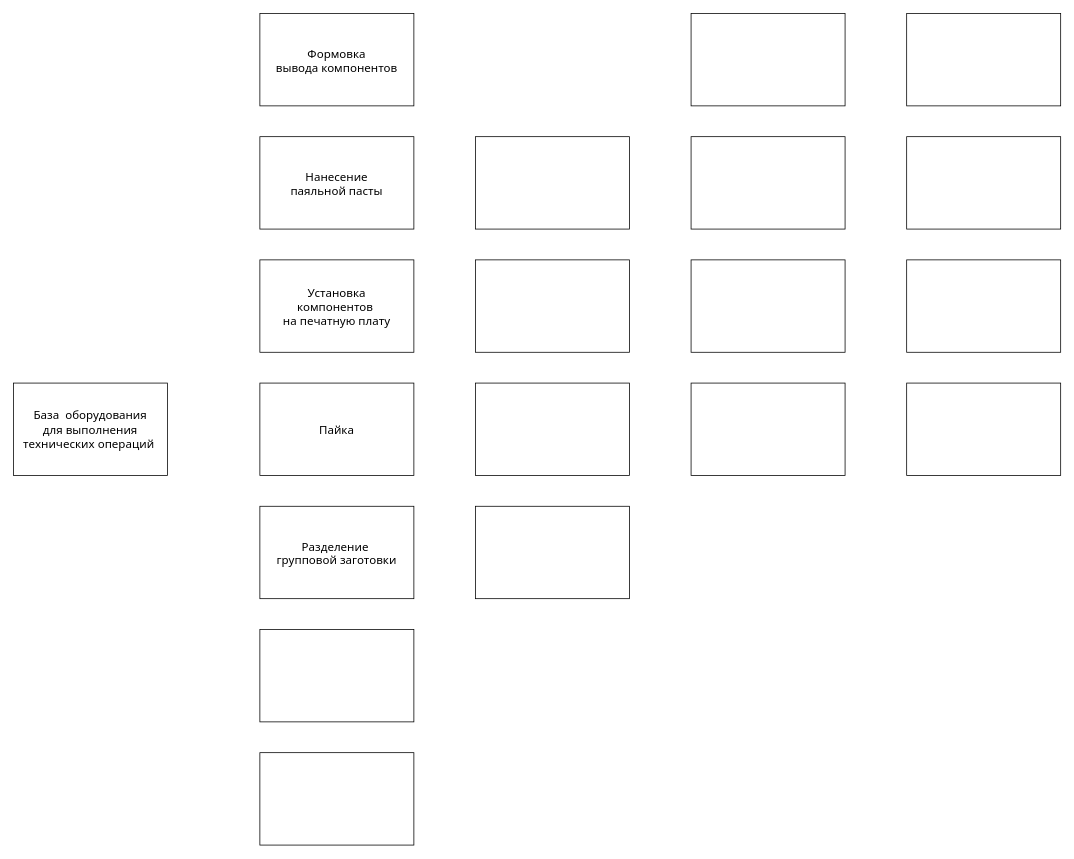
Above: Unititle 1.drawio in khanhbg339/Myproject (draw.io), before the change. Source tidied: cells renumbered, new cells numbered last; positions are measured from the earlier drawing's top-left corner, leaving out a move shared by most shapes. Both pictures are drawn from the tidied source at 77%, with x=0, y=0 at pixel (13, 13). Pictures stored in the file or linked from it are replaced by grey dashed boxes.
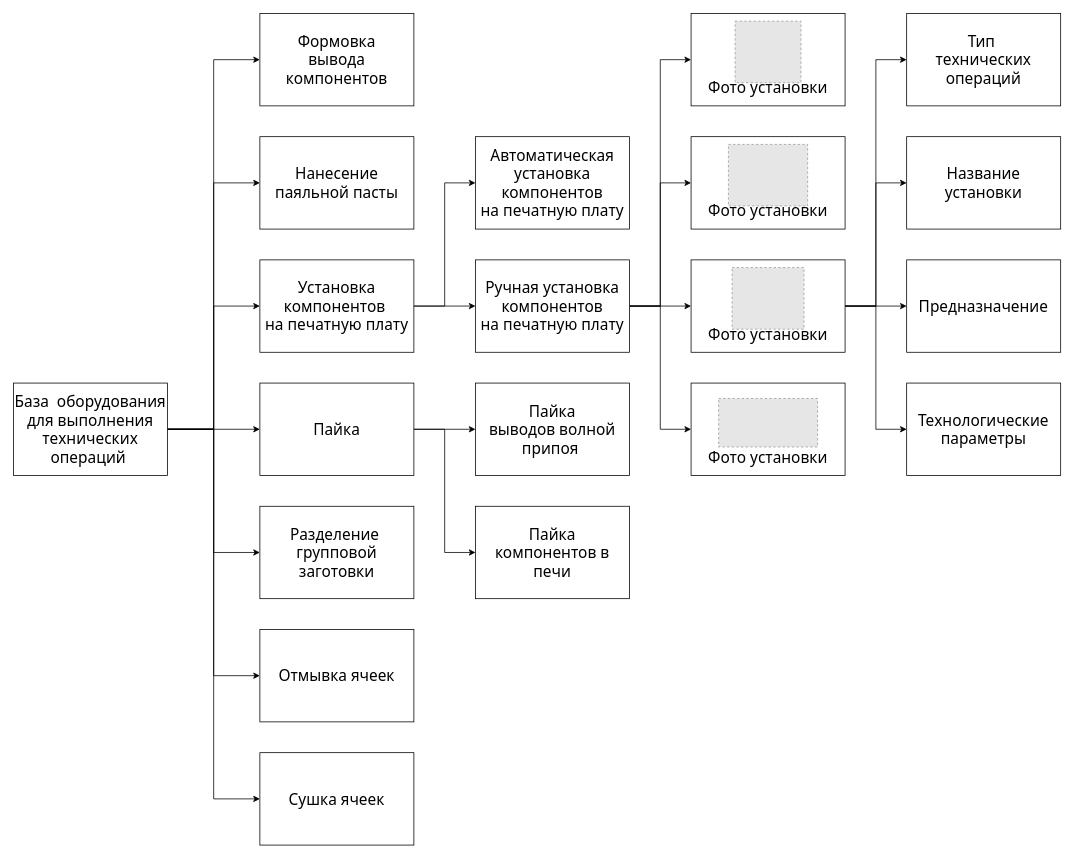
After the change.

Change to the diagram source:
```diff
@@
+    <mxCell id="22" style="edgeStyle=orthogonalEdgeStyle;rounded=0;jettySize=auto;html=1;entryX=0;entryY=0.5;entryDx=0;entryDy=0;" parent="1" edge="1" source="2" target="6">
+      <mxGeometry relative="1" as="geometry" />
+    </mxCell>
+    <mxCell id="23" style="edgeStyle=orthogonalEdgeStyle;rounded=0;jettySize=auto;html=1;exitX=1;exitY=0.5;exitDx=0;exitDy=0;entryX=0;entryY=0.5;entryDx=0;entryDy=0;" parent="1" edge="1" source="2" target="5">
+      <mxGeometry relative="1" as="geometry" />
+    </mxCell>
+    <mxCell id="24" style="edgeStyle=orthogonalEdgeStyle;rounded=0;jettySize=auto;html=1;exitX=1;exitY=0.5;exitDx=0;exitDy=0;entryX=0;entryY=0.5;entryDx=0;entryDy=0;" parent="1" edge="1" source="2" target="3">
+      <mxGeometry relative="1" as="geometry" />
+    </mxCell>
+    <mxCell id="25" style="edgeStyle=orthogonalEdgeStyle;rounded=0;jettySize=auto;html=1;exitX=1;exitY=0.5;exitDx=0;exitDy=0;entryX=0;entryY=0.5;entryDx=0;entryDy=0;" parent="1" edge="1" source="2" target="7">
+      <mxGeometry relative="1" as="geometry" />
+    </mxCell>
+    <mxCell id="26" style="edgeStyle=orthogonalEdgeStyle;rounded=0;jettySize=auto;html=1;entryX=0;entryY=0.5;entryDx=0;entryDy=0;" parent="1" edge="1" source="2" target="8">
+      <mxGeometry relative="1" as="geometry" />
+    </mxCell>
+    <mxCell id="27" style="edgeStyle=orthogonalEdgeStyle;rounded=0;jettySize=auto;html=1;entryX=0;entryY=0.5;entryDx=0;entryDy=0;" parent="1" edge="1" source="2" target="9">
+      <mxGeometry relative="1" as="geometry" />
+    </mxCell>
+    <mxCell id="28" style="edgeStyle=orthogonalEdgeStyle;rounded=0;jettySize=auto;html=1;exitX=1;exitY=0.5;exitDx=0;exitDy=0;entryX=0;entryY=0.5;entryDx=0;entryDy=0;" parent="1" edge="1" source="2" target="4">
+      <mxGeometry relative="1" as="geometry" />
+    </mxCell>
-    <mxCell id="2" value="&lt;font face=&quot;Tahoma&quot;&gt;База&amp;nbsp; оборудования &lt;br&gt;для выполнения технических операций&amp;nbsp;&lt;/font&gt;" style="rounded=0;whiteSpace=wrap;html=1;fontSize=15;" parent="1" vertex="1">
+    <mxCell id="2" value="&lt;font face=&quot;Tahoma&quot; style=&quot;font-size: 20px;&quot;&gt;База&amp;nbsp; оборудования &lt;br style=&quot;font-size: 20px;&quot;&gt;для выполнения технических операций&amp;nbsp;&lt;/font&gt;" style="rounded=0;whiteSpace=wrap;html=1;fontSize=20;" parent="1" vertex="1">
       <mxGeometry y="480" width="200" height="120" as="geometry" />
     </mxCell>
-    <mxCell id="3" value="Нанесение &lt;br&gt;паяльной пасты" style="rounded=0;whiteSpace=wrap;html=1;fontFamily=Tahoma;fontSize=15;" parent="1" vertex="1">
+    <mxCell id="3" value="Нанесение &lt;br style=&quot;font-size: 20px;&quot;&gt;паяльной пасты" style="rounded=0;whiteSpace=wrap;html=1;fontFamily=Tahoma;fontSize=20;" parent="1" vertex="1">
       <mxGeometry x="320" y="160" width="200" height="120" as="geometry" />
     </mxCell>
+    <mxCell id="29" style="edgeStyle=orthogonalEdgeStyle;rounded=0;jettySize=auto;html=1;exitX=1;exitY=0.5;exitDx=0;exitDy=0;entryX=0;entryY=0.5;entryDx=0;entryDy=0;" parent="1" edge="1" source="4" target="11">
+      <mxGeometry relative="1" as="geometry" />
+    </mxCell>
+    <mxCell id="30" style="edgeStyle=orthogonalEdgeStyle;rounded=0;jettySize=auto;html=1;exitX=1;exitY=0.5;exitDx=0;exitDy=0;entryX=0;entryY=0.5;entryDx=0;entryDy=0;" parent="1" edge="1" source="4" target="10">
+      <mxGeometry relative="1" as="geometry" />
+    </mxCell>
-    <mxCell id="4" value="Установка &lt;br&gt;компонентов&amp;nbsp;&lt;br&gt;на печатную плату" style="rounded=0;whiteSpace=wrap;html=1;fontFamily=Tahoma;fontSize=15;" parent="1" vertex="1">
+    <mxCell id="4" value="Установка &lt;br style=&quot;font-size: 20px;&quot;&gt;компонентов&amp;nbsp;&lt;br style=&quot;font-size: 20px;&quot;&gt;на печатную плату" style="rounded=0;whiteSpace=wrap;html=1;fontFamily=Tahoma;fontSize=20;" parent="1" vertex="1">
       <mxGeometry x="320" y="320" width="200" height="120" as="geometry" />
     </mxCell>
-    <mxCell id="5" value="Формовка &lt;br&gt;вывода компонентов" style="rounded=0;whiteSpace=wrap;html=1;fontFamily=Tahoma;fontSize=15;" parent="1" vertex="1">
+    <mxCell id="5" value="Формовка &lt;br style=&quot;font-size: 20px;&quot;&gt;вывода &lt;br&gt;компонентов" style="rounded=0;whiteSpace=wrap;html=1;fontFamily=Tahoma;fontSize=20;" parent="1" vertex="1">
       <mxGeometry x="320" width="200" height="120" as="geometry" />
     </mxCell>
+    <mxCell id="31" style="edgeStyle=orthogonalEdgeStyle;rounded=0;jettySize=auto;html=1;entryX=0;entryY=0.5;entryDx=0;entryDy=0;" parent="1" edge="1" source="6" target="12">
+      <mxGeometry relative="1" as="geometry" />
+    </mxCell>
+    <mxCell id="32" style="edgeStyle=orthogonalEdgeStyle;rounded=0;jettySize=auto;html=1;exitX=1;exitY=0.5;exitDx=0;exitDy=0;entryX=0;entryY=0.5;entryDx=0;entryDy=0;" parent="1" edge="1" source="6" target="13">
+      <mxGeometry relative="1" as="geometry" />
+    </mxCell>
-    <mxCell id="6" value="Пайка" style="rounded=0;whiteSpace=wrap;html=1;fontFamily=Tahoma;fontSize=15;" parent="1" vertex="1">
+    <mxCell id="6" value="Пайка" style="rounded=0;whiteSpace=wrap;html=1;fontFamily=Tahoma;fontSize=20;" parent="1" vertex="1">
       <mxGeometry x="320" y="480" width="200" height="120" as="geometry" />
     </mxCell>
-    <mxCell id="7" value="Разделение&amp;nbsp;&lt;br&gt;групповой заготовки" style="rounded=0;whiteSpace=wrap;html=1;fontFamily=Tahoma;fontSize=15;" parent="1" vertex="1">
+    <mxCell id="7" value="Разделение&amp;nbsp;&lt;br style=&quot;font-size: 20px;&quot;&gt;групповой &lt;br&gt;заготовки" style="rounded=0;whiteSpace=wrap;html=1;fontFamily=Tahoma;fontSize=20;" parent="1" vertex="1">
       <mxGeometry x="320" y="640" width="200" height="120" as="geometry" />
     </mxCell>
-    <mxCell id="8" style="rounded=0;whiteSpace=wrap;html=1;fontFamily=Tahoma;fontSize=15;" parent="1" vertex="1">
+    <mxCell id="8" value="Отмывка ячеек" style="rounded=0;whiteSpace=wrap;html=1;fontFamily=Tahoma;fontSize=20;" parent="1" vertex="1">
       <mxGeometry x="320" y="800" width="200" height="120" as="geometry" />
     </mxCell>
-    <mxCell id="9" style="rounded=0;whiteSpace=wrap;html=1;fontFamily=Tahoma;fontSize=15;" parent="1" vertex="1">
+    <mxCell id="9" value="Сушка ячеек" style="rounded=0;whiteSpace=wrap;html=1;fontFamily=Tahoma;fontSize=20;" parent="1" vertex="1">
       <mxGeometry x="320" y="960" width="200" height="120" as="geometry" />
     </mxCell>
-    <mxCell id="10" style="rounded=0;whiteSpace=wrap;html=1;fontFamily=Tahoma;fontSize=15;" parent="1" vertex="1">
+    <mxCell id="10" value="Автоматическая установка&lt;br style=&quot;font-size: 20px;&quot;&gt;компонентов&lt;br style=&quot;font-size: 20px;&quot;&gt;на печатную плату" style="rounded=0;whiteSpace=wrap;html=1;fontFamily=Tahoma;fontSize=20;" parent="1" vertex="1">
       <mxGeometry x="600" y="160" width="200" height="120" as="geometry" />
     </mxCell>
+    <mxCell id="33" style="edgeStyle=orthogonalEdgeStyle;rounded=0;jettySize=auto;html=1;exitX=1;exitY=0.5;exitDx=0;exitDy=0;entryX=0;entryY=0.5;entryDx=0;entryDy=0;" parent="1" edge="1" source="11" target="43">
+      <mxGeometry relative="1" as="geometry" />
+    </mxCell>
+    <mxCell id="34" style="edgeStyle=orthogonalEdgeStyle;rounded=0;jettySize=auto;html=1;exitX=1;exitY=0.5;exitDx=0;exitDy=0;entryX=0;entryY=0.5;entryDx=0;entryDy=0;" parent="1" edge="1" source="11" target="14">
+      <mxGeometry relative="1" as="geometry" />
+    </mxCell>
+    <mxCell id="35" style="edgeStyle=orthogonalEdgeStyle;rounded=0;jettySize=auto;html=1;entryX=0;entryY=0.5;entryDx=0;entryDy=0;" parent="1" edge="1" source="11" target="44">
+      <mxGeometry relative="1" as="geometry" />
+    </mxCell>
+    <mxCell id="36" style="edgeStyle=orthogonalEdgeStyle;rounded=0;jettySize=auto;html=1;exitX=1;exitY=0.5;exitDx=0;exitDy=0;entryX=0;entryY=0.5;entryDx=0;entryDy=0;" parent="1" edge="1" source="11" target="38">
+      <mxGeometry relative="1" as="geometry" />
+    </mxCell>
-    <mxCell id="11" style="rounded=0;whiteSpace=wrap;html=1;fontFamily=Tahoma;fontSize=15;" parent="1" vertex="1">
+    <mxCell id="11" value="Ручная установка&lt;br style=&quot;font-size: 20px;&quot;&gt;компонентов&lt;br style=&quot;font-size: 20px;&quot;&gt;на печатную плату" style="rounded=0;whiteSpace=wrap;html=1;fontFamily=Tahoma;fontSize=20;" parent="1" vertex="1">
       <mxGeometry x="600" y="320" width="200" height="120" as="geometry" />
     </mxCell>
-    <mxCell id="12" style="rounded=0;whiteSpace=wrap;html=1;fontFamily=Tahoma;fontSize=15;" parent="1" vertex="1">
+    <mxCell id="12" value="Пайка&lt;br style=&quot;font-size: 20px;&quot;&gt;выводов волной припоя&amp;nbsp;" style="rounded=0;whiteSpace=wrap;html=1;fontFamily=Tahoma;fontSize=20;" parent="1" vertex="1">
       <mxGeometry x="600" y="480" width="200" height="120" as="geometry" />
     </mxCell>
-    <mxCell id="13" style="rounded=0;whiteSpace=wrap;html=1;fontFamily=Tahoma;fontSize=15;" parent="1" vertex="1">
+    <mxCell id="13" value="Пайка&lt;br style=&quot;font-size: 20px;&quot;&gt;компонентов в печи" style="rounded=0;whiteSpace=wrap;html=1;fontFamily=Tahoma;fontSize=20;" parent="1" vertex="1">
       <mxGeometry x="600" y="640" width="200" height="120" as="geometry" />
     </mxCell>
-    <mxCell id="14" style="rounded=0;whiteSpace=wrap;html=1;fontFamily=Tahoma;fontSize=15;" parent="1" vertex="1">
+    <mxCell id="14" value="&lt;br style=&quot;font-size: 20px;&quot;&gt;&lt;br style=&quot;font-size: 20px;&quot;&gt;&lt;br style=&quot;font-size: 20px;&quot;&gt;Фото установки" style="rounded=0;whiteSpace=wrap;html=1;fontFamily=Tahoma;fontSize=20;" parent="1" vertex="1">
       <mxGeometry x="880" width="200" height="120" as="geometry" />
     </mxCell>
-    <mxCell id="15" style="rounded=0;whiteSpace=wrap;html=1;fontFamily=Tahoma;fontSize=15;" parent="1" vertex="1">
-      <mxGeometry x="880" y="160" width="200" height="120" as="geometry" />
-    </mxCell>
-    <mxCell id="16" style="rounded=0;whiteSpace=wrap;html=1;fontFamily=Tahoma;fontSize=15;" parent="1" vertex="1">
-      <mxGeometry x="880" y="320" width="200" height="120" as="geometry" />
-    </mxCell>
-    <mxCell id="17" style="rounded=0;whiteSpace=wrap;html=1;fontFamily=Tahoma;fontSize=15;" parent="1" vertex="1">
-      <mxGeometry x="880" y="480" width="200" height="120" as="geometry" />
-    </mxCell>
-    <mxCell id="18" style="rounded=0;whiteSpace=wrap;html=1;fontFamily=Tahoma;fontSize=15;" parent="1" vertex="1">
+    <mxCell id="18" value="Тип&amp;nbsp;&lt;br&gt;технических операций" style="rounded=0;whiteSpace=wrap;html=1;fontFamily=Tahoma;fontSize=20;" parent="1" vertex="1">
       <mxGeometry x="1160" width="200" height="120" as="geometry" />
     </mxCell>
-    <mxCell id="19" style="rounded=0;whiteSpace=wrap;html=1;fontFamily=Tahoma;fontSize=15;" parent="1" vertex="1">
+    <mxCell id="19" value="Название&lt;br&gt;установки" style="rounded=0;whiteSpace=wrap;html=1;fontFamily=Tahoma;fontSize=20;" parent="1" vertex="1">
       <mxGeometry x="1160" y="160" width="200" height="120" as="geometry" />
     </mxCell>
-    <mxCell id="20" style="rounded=0;whiteSpace=wrap;html=1;fontFamily=Tahoma;fontSize=15;" parent="1" vertex="1">
+    <mxCell id="20" value="Предназначение" style="rounded=0;whiteSpace=wrap;html=1;fontFamily=Tahoma;fontSize=20;" parent="1" vertex="1">
       <mxGeometry x="1160" y="320" width="200" height="120" as="geometry" />
     </mxCell>
-    <mxCell id="21" style="rounded=0;whiteSpace=wrap;html=1;fontFamily=Tahoma;fontSize=15;" parent="1" vertex="1">
+    <mxCell id="21" value="Технологические&lt;br&gt;параметры" style="rounded=0;whiteSpace=wrap;html=1;fontFamily=Tahoma;fontSize=20;" parent="1" vertex="1">
       <mxGeometry x="1160" y="480" width="200" height="120" as="geometry" />
     </mxCell>
+    <mxCell id="37" style="fillColor=#E6E6E6;strokeColor=#999999;dashed=1;verticalLabelPosition=bottom;labelBackgroundColor=default;verticalAlign=top;" parent="1" vertex="1">
+      <mxGeometry x="937.2" y="10" width="85.6" height="80" as="geometry" />
+    </mxCell>
+    <mxCell id="38" value="&lt;br style=&quot;font-size: 20px;&quot;&gt;&lt;br style=&quot;font-size: 20px;&quot;&gt;&lt;br style=&quot;font-size: 20px;&quot;&gt;Фото установки" style="rounded=0;whiteSpace=wrap;html=1;fontFamily=Tahoma;fontSize=20;" parent="1" vertex="1">
+      <mxGeometry x="880" y="160" width="200" height="120" as="geometry" />
+    </mxCell>
+    <mxCell id="39" style="edgeStyle=orthogonalEdgeStyle;rounded=0;jettySize=auto;html=1;exitX=1;exitY=0.5;exitDx=0;exitDy=0;entryX=0;entryY=0.5;entryDx=0;entryDy=0;" parent="1" edge="1" source="43" target="20">
+      <mxGeometry relative="1" as="geometry" />
+    </mxCell>
+    <mxCell id="40" style="edgeStyle=orthogonalEdgeStyle;rounded=0;jettySize=auto;html=1;exitX=1;exitY=0.5;exitDx=0;exitDy=0;entryX=0;entryY=0.5;entryDx=0;entryDy=0;" parent="1" edge="1" source="43" target="19">
+      <mxGeometry relative="1" as="geometry" />
+    </mxCell>
+    <mxCell id="41" style="edgeStyle=orthogonalEdgeStyle;rounded=0;jettySize=auto;html=1;exitX=1;exitY=0.5;exitDx=0;exitDy=0;entryX=0;entryY=0.5;entryDx=0;entryDy=0;" parent="1" edge="1" source="43" target="21">
+      <mxGeometry relative="1" as="geometry" />
+    </mxCell>
+    <mxCell id="42" style="edgeStyle=orthogonalEdgeStyle;rounded=0;jettySize=auto;html=1;exitX=1;exitY=0.5;exitDx=0;exitDy=0;entryX=0;entryY=0.5;entryDx=0;entryDy=0;" parent="1" edge="1" source="43" target="18">
+      <mxGeometry relative="1" as="geometry" />
+    </mxCell>
+    <mxCell id="43" value="&lt;br style=&quot;font-size: 20px;&quot;&gt;&lt;br style=&quot;font-size: 20px;&quot;&gt;&lt;br style=&quot;font-size: 20px;&quot;&gt;Фото установки" style="rounded=0;whiteSpace=wrap;html=1;fontFamily=Tahoma;fontSize=20;" parent="1" vertex="1">
+      <mxGeometry x="880" y="320" width="200" height="120" as="geometry" />
+    </mxCell>
+    <mxCell id="44" value="&lt;br style=&quot;font-size: 20px;&quot;&gt;&lt;br style=&quot;font-size: 20px;&quot;&gt;&lt;br style=&quot;font-size: 20px;&quot;&gt;Фото установки" style="rounded=0;whiteSpace=wrap;html=1;fontFamily=Tahoma;fontSize=20;" parent="1" vertex="1">
+      <mxGeometry x="880" y="480" width="200" height="120" as="geometry" />
+    </mxCell>
+    <mxCell id="45" style="fillColor=#E6E6E6;strokeColor=#999999;dashed=1;verticalLabelPosition=bottom;labelBackgroundColor=default;verticalAlign=top;" parent="1" vertex="1">
+      <mxGeometry x="933.3" y="330" width="93.4" height="80" as="geometry" />
+    </mxCell>
+    <mxCell id="46" style="fillColor=#E6E6E6;strokeColor=#999999;dashed=1;verticalLabelPosition=bottom;labelBackgroundColor=default;verticalAlign=top;" parent="1" vertex="1">
+      <mxGeometry x="928.5" y="170" width="102.9" height="80" as="geometry" />
+    </mxCell>
+    <mxCell id="47" style="fillColor=#E6E6E6;strokeColor=#999999;dashed=1;verticalLabelPosition=bottom;labelBackgroundColor=default;verticalAlign=top;" parent="1" vertex="1">
+      <mxGeometry x="915.8" y="500" width="128.5" height="63" as="geometry" />
+    </mxCell>
```
